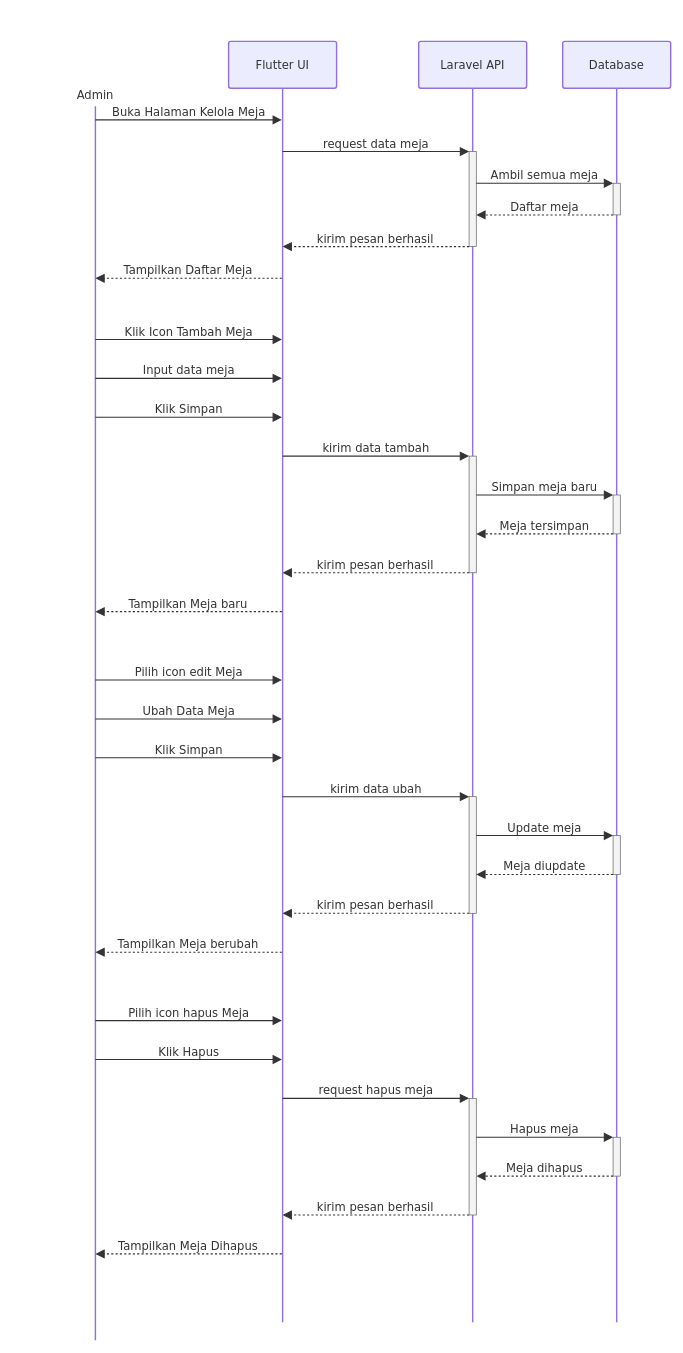
Earlier version of the draw.io diagram page "kelola meja" (5 of 18) of assets/uml/sequence warmindo.drawio (RIOKOWI/warmindo_purnama_flutter). Source tidied: cells renumbered, new cells numbered last; positions are measured from the earlier drawing's top-left corner, leaving out a move shared by most shapes. Both pictures are drawn from the tidied source at 72%, with x=0, y=0 at pixel (12, 12).
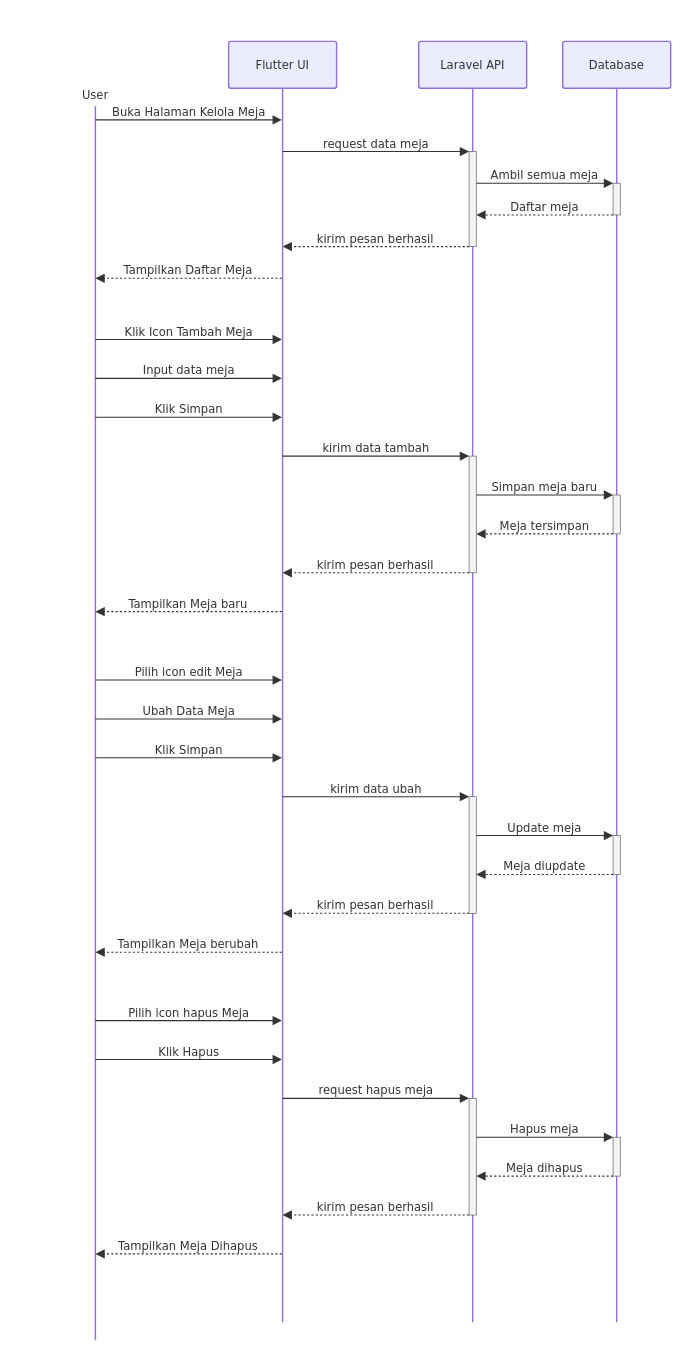
Above is the later version.

The change refers to these unchanged cells:
```xml
<mxCell id="2" style="group;transparentBounds=1;editIcon=1;lockedGroup=0;groupPadding=20;" parent="1" vertex="1">
  <mxGeometry as="geometry" />
</mxCell>
```

Change to the diagram source:
```diff
@@
-    <mxCell id="3" value="Admin" style="html=1;shape=umlLifeline;perimeter=lifelinePerimeter;whiteSpace=wrap;outlineConnect=0;portConstraint=eastwest;newEdgeStyle={&quot;edgeStyle&quot;:&quot;elbowEdgeStyle&quot;,&quot;elbow&quot;:&quot;vertical&quot;,&quot;curved&quot;:0,&quot;rounded&quot;:0};lifelineDashed=0;strokeWidth=2;rounded=1;absoluteArcSize=1;arcSize=6;lifelineColor=light-dark(#9370DB,#cccccc);participant=seqActorStick;verticalAlign=bottom;align=center;spacingBottom=4;size=90;lifelineMirror=1;fillColor=light-dark(#ECECFF,#1f2020);strokeColor=light-dark(#9370DB,#cccccc);fontColor=light-dark(#333333,#cccccc);fontFamily=Trebuchet MS,Verdana,Arial,sans-serif;fontSize=16;" parent="2" vertex="1">
+    <mxCell id="3" value="User" style="html=1;shape=umlLifeline;perimeter=lifelinePerimeter;whiteSpace=wrap;outlineConnect=0;portConstraint=eastwest;newEdgeStyle={&quot;edgeStyle&quot;:&quot;elbowEdgeStyle&quot;,&quot;elbow&quot;:&quot;vertical&quot;,&quot;curved&quot;:0,&quot;rounded&quot;:0};lifelineDashed=0;strokeWidth=2;rounded=1;absoluteArcSize=1;arcSize=6;lifelineColor=light-dark(#9370DB,#cccccc);participant=seqActorStick;verticalAlign=bottom;align=center;spacingBottom=4;size=90;lifelineMirror=1;fillColor=light-dark(#ECECFF,#1f2020);strokeColor=light-dark(#9370DB,#cccccc);fontColor=light-dark(#333333,#cccccc);fontFamily=Trebuchet MS,Verdana,Arial,sans-serif;fontSize=16;" parent="2" vertex="1">
       <mxGeometry x="40" y="40" width="150" height="1804" as="geometry" />
     </mxCell>
```
